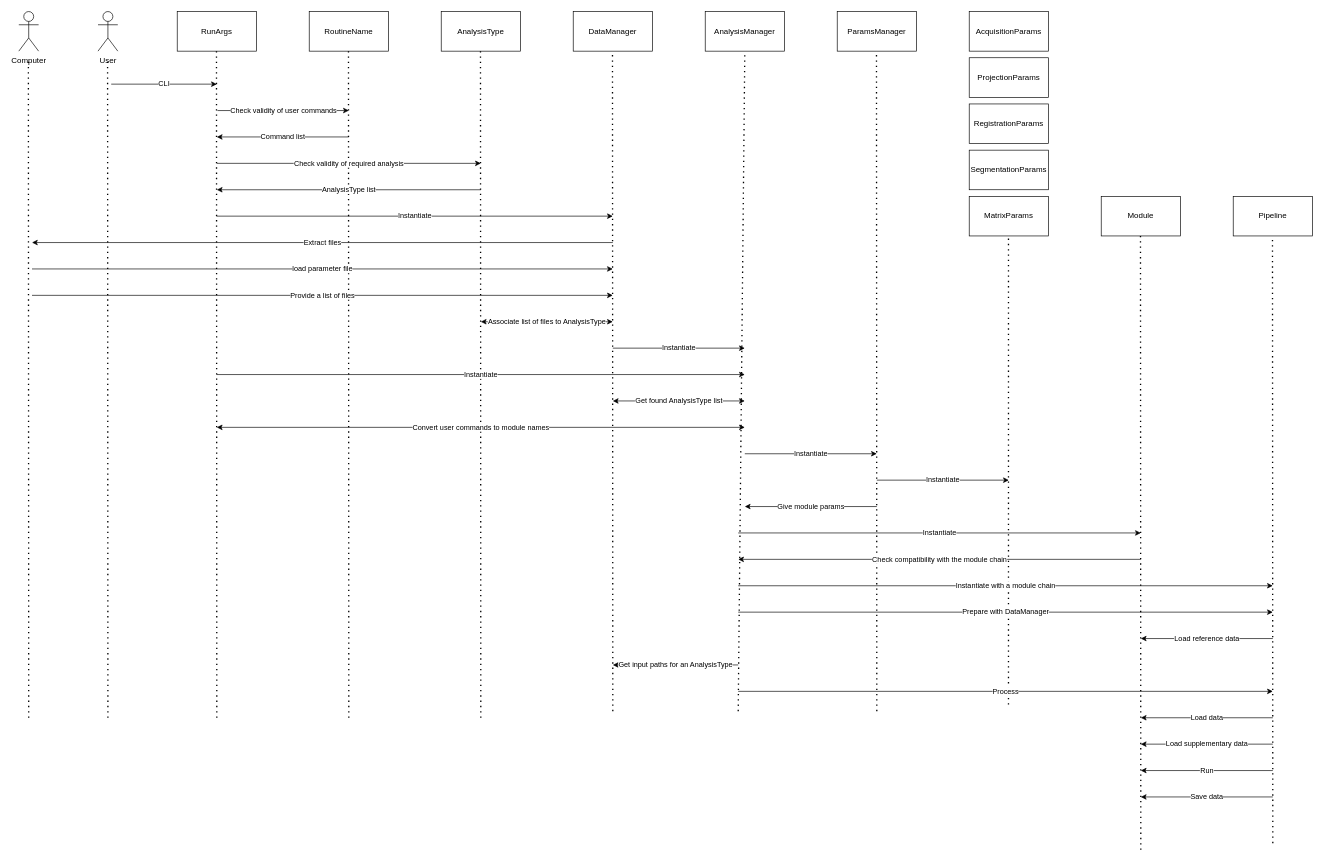
This is docs/diagram_sequence_pylot.drawio from XDevos/chromapylot, a draw.io file, before an edit. Source tidied: cells renumbered, new cells numbered last; positions are measured from the earlier drawing's top-left corner, leaving out a move shared by most shapes. Both pictures are drawn from the tidied source at 66%, with x=0, y=0 at pixel (18, 11).
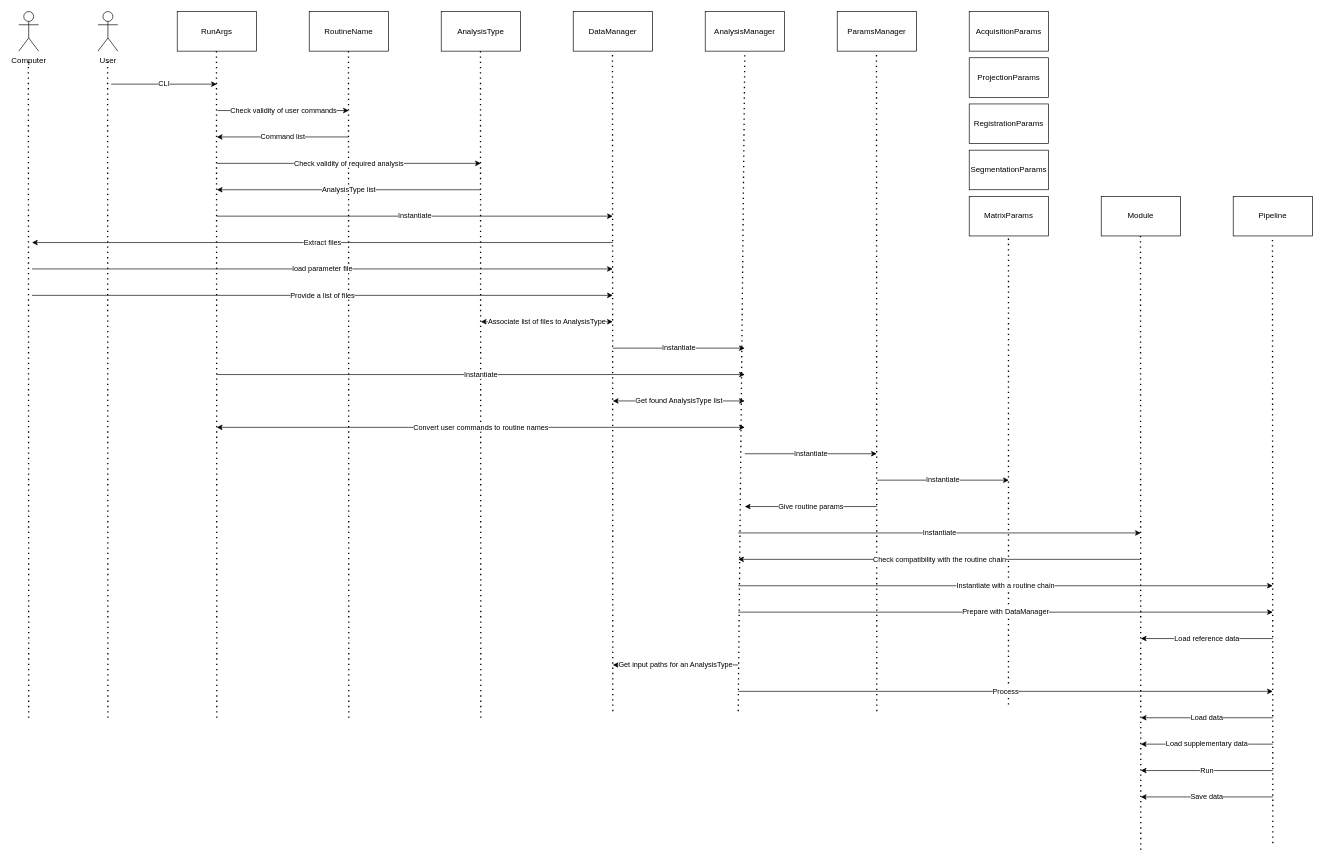
After the change.

Change to the diagram source:
```diff
@@
-    <mxCell id="28" value="Instantiate with a module chain" style="endArrow=classic;html=1;rounded=0;" parent="1" edge="1">
+    <mxCell id="28" value="Instantiate with a routine chain" style="endArrow=classic;html=1;rounded=0;" parent="1" edge="1">
       <mxGeometry relative="1" as="geometry">
         <mxPoint x="1090" y="870" as="sourcePoint" />
         <mxPoint x="1900" y="870" as="targetPoint" />
       </mxGeometry>
     </mxCell>
@@
-    <mxCell id="42" value="Convert user commands to module names" style="endArrow=classic;startArrow=classic;html=1;rounded=0;" parent="1" edge="1">
+    <mxCell id="42" value="Convert user commands to routine names" style="endArrow=classic;startArrow=classic;html=1;rounded=0;" parent="1" edge="1">
       <mxGeometry relative="1" as="geometry">
         <mxPoint x="300" y="630" as="sourcePoint" />
         <mxPoint x="1100" y="630" as="targetPoint" />
       </mxGeometry>
     </mxCell>
@@
-    <mxCell id="45" value="Give module params" style="endArrow=classic;html=1;rounded=0;" parent="1" edge="1">
+    <mxCell id="45" value="Give routine params" style="endArrow=classic;html=1;rounded=0;" parent="1" edge="1">
       <mxGeometry relative="1" as="geometry">
         <mxPoint x="1300" y="750" as="sourcePoint" />
         <mxPoint x="1100" y="750" as="targetPoint" />
       </mxGeometry>
     </mxCell>
@@
-    <mxCell id="47" value="Check compatibility with the module chain" style="endArrow=classic;html=1;rounded=0;" parent="1" edge="1">
+    <mxCell id="47" value="Check compatibility with the routine chain" style="endArrow=classic;html=1;rounded=0;" parent="1" edge="1">
       <mxGeometry relative="1" as="geometry">
         <mxPoint x="1700" y="830" as="sourcePoint" />
         <mxPoint x="1090" y="830" as="targetPoint" />
       </mxGeometry>
     </mxCell>
```
